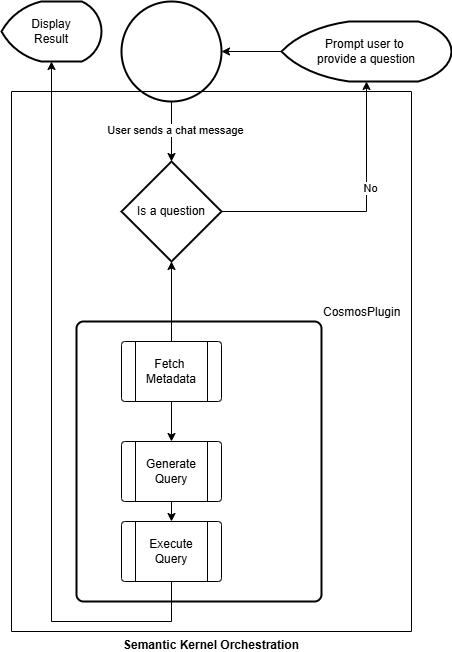
The draw.io diagram docs/logical-flow-diagram.png in microsoft/simurgh, before a commit. Source tidied: cells renumbered, new cells last; positions are measured from the earlier drawing's top-left corner, leaving out a move shared by most shapes.
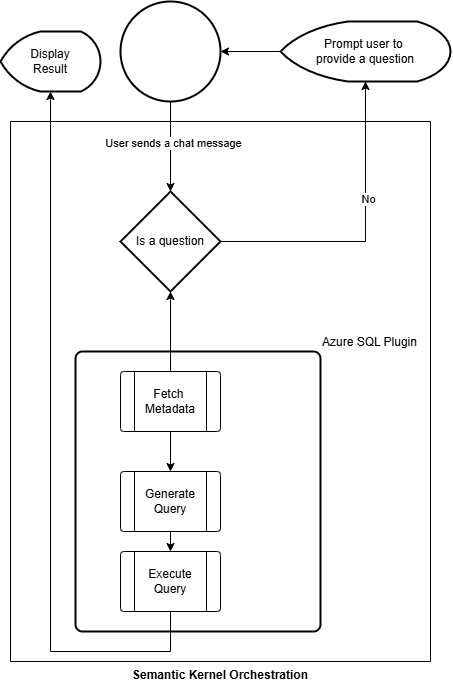
Above is the later version.

Commit message:
Current updates to architecture and logical flow diagrams

Change to the diagram source:
```diff
@@ -9,7 +9,7 @@
       <mxGeometry x="-0.08" y="3" relative="1" as="geometry" />
     </mxCell>
     <mxCell id="4" style="strokeWidth=2;html=1;shape=mxgraph.flowchart.start_2;whiteSpace=wrap;" parent="1" vertex="1">
-      <mxGeometry x="120" width="100" height="100" as="geometry" />
+      <mxGeometry x="120" y="-30" width="100" height="100" as="geometry" />
     </mxCell>
     <mxCell id="5" style="edgeStyle=orthogonalEdgeStyle;rounded=0;jettySize=auto;html=1;exitX=1;exitY=0.5;exitDx=0;exitDy=0;exitPerimeter=0;entryX=0.5;entryY=1;entryDx=0;entryDy=0;entryPerimeter=0;" parent="1" edge="1" source="8" target="9">
       <mxGeometry relative="1" as="geometry" />
@@ -24,16 +24,16 @@
       <mxGeometry x="120" y="160" width="100" height="100" as="geometry" />
     </mxCell>
     <mxCell id="9" value="Prompt user to&amp;nbsp;&lt;div&gt;provide a question&lt;/div&gt;" style="strokeWidth=2;html=1;shape=mxgraph.flowchart.display;whiteSpace=wrap;" parent="1" vertex="1">
-      <mxGeometry x="280" y="20" width="170" height="60" as="geometry" />
+      <mxGeometry x="280" y="-10" width="170" height="60" as="geometry" />
     </mxCell>
     <mxCell id="10" style="edgeStyle=orthogonalEdgeStyle;rounded=0;jettySize=auto;html=1;entryX=1;entryY=0.5;entryDx=0;entryDy=0;entryPerimeter=0;" parent="1" edge="1" source="9" target="4">
       <mxGeometry relative="1" as="geometry" />
     </mxCell>
-    <mxCell id="11" value="CosmosPlugin" style="rounded=1;whiteSpace=wrap;html=1;absoluteArcSize=1;arcSize=14;strokeWidth=2;labelPosition=right;verticalLabelPosition=top;align=left;verticalAlign=bottom;" parent="1" vertex="1">
+    <mxCell id="11" value="Azure SQL Plugin" style="rounded=1;whiteSpace=wrap;html=1;absoluteArcSize=1;arcSize=14;strokeWidth=2;labelPosition=right;verticalLabelPosition=top;align=left;verticalAlign=bottom;" parent="1" vertex="1">
       <mxGeometry x="75" y="320" width="245" height="280" as="geometry" />
     </mxCell>
     <mxCell id="12" value="Semantic Kernel Orchestration" style="swimlane;startSize=0;labelPosition=center;verticalLabelPosition=bottom;align=center;verticalAlign=top;" parent="1" vertex="1">
-      <mxGeometry x="10" y="90" width="400" height="540" as="geometry" />
+      <mxGeometry x="10" y="90" width="420" height="540" as="geometry" />
     </mxCell>
     <mxCell id="13" style="edgeStyle=orthogonalEdgeStyle;rounded=0;jettySize=auto;html=1;exitX=0.5;exitY=1;exitDx=0;exitDy=0;entryX=0.5;entryY=0;entryDx=0;entryDy=0;" parent="12" edge="1" source="14" target="16">
       <mxGeometry relative="1" as="geometry" />
```
